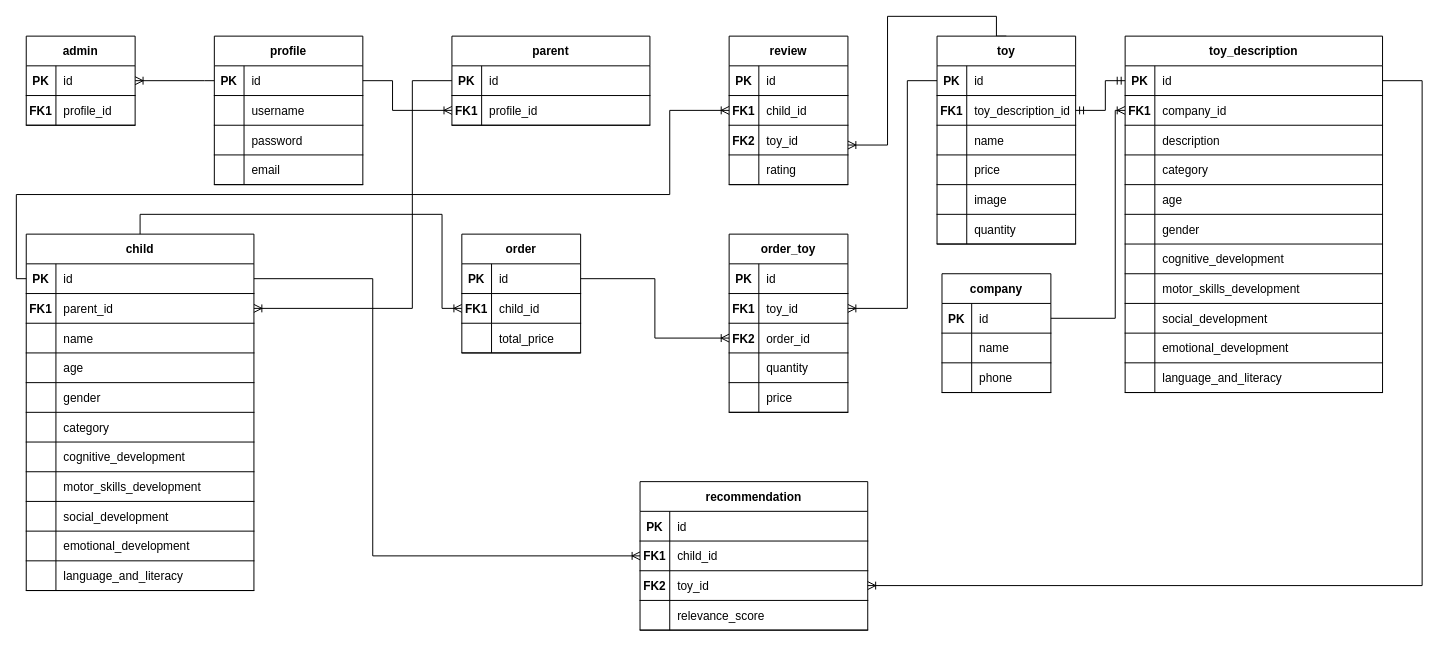
WalidBabi/LittleDreamers keeps this draw.io diagram as LDDiagrams/ERD(LD).drawio. Above is the earlier version. Source tidied: cells renumbered, new cells numbered last; positions are measured from the earlier drawing's top-left corner, leaving out a move shared by most shapes. Both pictures are drawn from the tidied source at 99%, with x=0, y=0 at pixel (16, 16).
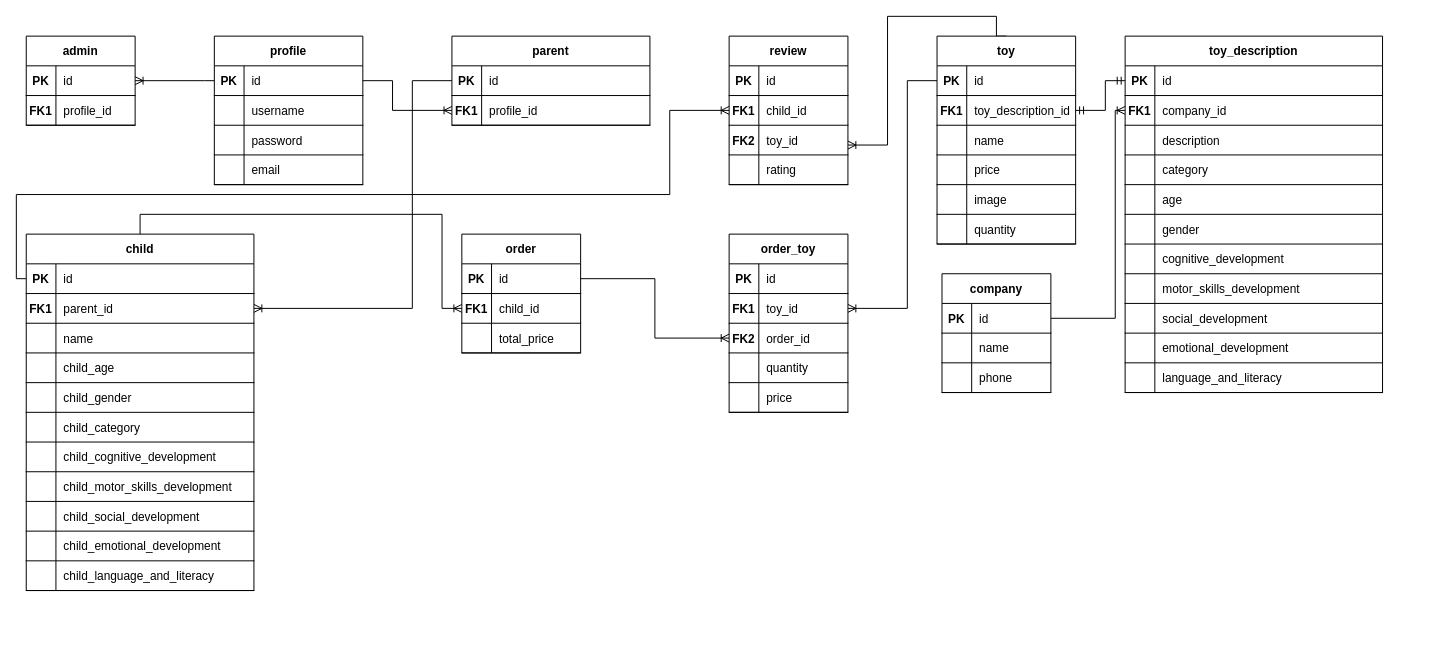
The same diagram, later.

Unchanged cells that the change refers to:
```xml
<mxCell id="3" style="shape=partialRectangle;fillColor=none;points=[[0,0.5],[1,0.5]];portConstraint=eastwest;top=0;left=0;right=0;bottom=1;" parent="2" vertex="1">
  <mxGeometry y="30" width="230" height="30" as="geometry" />
</mxCell>
<mxCell id="12" style="shape=partialRectangle;fillColor=none;top=0;left=0;right=0;bottom=1;" parent="2" vertex="1">
  <mxGeometry y="120" width="230" height="30" as="geometry" />
</mxCell>
<mxCell id="15" style="shape=partialRectangle;fillColor=none;top=0;left=0;right=0;bottom=1;" parent="2" vertex="1">
  <mxGeometry y="150" width="230" height="30" as="geometry" />
</mxCell>
<mxCell id="18" style="shape=partialRectangle;fillColor=none;top=0;left=0;right=0;bottom=1;" parent="2" vertex="1">
  <mxGeometry y="180" width="230" height="30" as="geometry" />
</mxCell>
<mxCell id="21" style="shape=partialRectangle;fillColor=none;top=0;left=0;right=0;bottom=1;" parent="2" vertex="1">
  <mxGeometry y="210" width="230" height="30" as="geometry" />
</mxCell>
<mxCell id="24" style="shape=partialRectangle;fillColor=none;top=0;left=0;right=0;bottom=1;" parent="2" vertex="1">
  <mxGeometry y="240" width="230" height="30" as="geometry" />
</mxCell>
<mxCell id="27" style="shape=partialRectangle;fillColor=none;top=0;left=0;right=0;bottom=1;" parent="2" vertex="1">
  <mxGeometry y="270" width="230" height="30" as="geometry" />
</mxCell>
<mxCell id="30" style="shape=partialRectangle;fillColor=none;top=0;left=0;right=0;bottom=1;" parent="2" vertex="1">
  <mxGeometry y="300" width="230" height="30" as="geometry" />
</mxCell>
<mxCell id="33" style="shape=partialRectangle;fillColor=none;top=0;left=0;right=0;bottom=1;" parent="2" vertex="1">
  <mxGeometry y="330" width="230" height="30" as="geometry" />
</mxCell>
<mxCell id="73" style="shape=partialRectangle;fillColor=none;points=[[0,0.5],[1,0.5]];portConstraint=eastwest;top=0;left=0;right=0;bottom=1;" parent="72" vertex="1">
  <mxGeometry y="30" width="260" height="30" as="geometry" />
</mxCell>
```

Change to the diagram source:
```diff
@@
-    <mxCell id="14" value="age" style="shape=partialRectangle;overflow=hidden;fillColor=none;top=0;left=0;bottom=0;right=0;align=left;spacingLeft=6;fontStyle=0;" parent="12" vertex="1">
+    <mxCell id="14" value="child_age" style="shape=partialRectangle;overflow=hidden;fillColor=none;top=0;left=0;bottom=0;right=0;align=left;spacingLeft=6;fontStyle=0;" parent="12" vertex="1">
       <mxGeometry x="30" width="200" height="30" as="geometry" />
     </mxCell>
@@
-    <mxCell id="17" value="gender" style="shape=partialRectangle;overflow=hidden;fillColor=none;top=0;left=0;bottom=0;right=0;align=left;spacingLeft=6;fontStyle=0;" parent="15" vertex="1">
+    <mxCell id="17" value="child_gender" style="shape=partialRectangle;overflow=hidden;fillColor=none;top=0;left=0;bottom=0;right=0;align=left;spacingLeft=6;fontStyle=0;" parent="15" vertex="1">
       <mxGeometry x="30" width="200" height="30" as="geometry" />
     </mxCell>
@@
-    <mxCell id="20" value="category" style="shape=partialRectangle;overflow=hidden;fillColor=none;top=0;left=0;bottom=0;right=0;align=left;spacingLeft=6;fontStyle=0;" parent="18" vertex="1">
+    <mxCell id="20" value="child_category" style="shape=partialRectangle;overflow=hidden;fillColor=none;top=0;left=0;bottom=0;right=0;align=left;spacingLeft=6;fontStyle=0;" parent="18" vertex="1">
       <mxGeometry x="30" width="200" height="30" as="geometry" />
     </mxCell>
@@
-    <mxCell id="23" value="cognitive_development" style="shape=partialRectangle;overflow=hidden;fillColor=none;top=0;left=0;bottom=0;right=0;align=left;spacingLeft=6;fontStyle=0;" parent="21" vertex="1">
+    <mxCell id="23" value="child_cognitive_development" style="shape=partialRectangle;overflow=hidden;fillColor=none;top=0;left=0;bottom=0;right=0;align=left;spacingLeft=6;fontStyle=0;" parent="21" vertex="1">
       <mxGeometry x="30" width="200" height="30" as="geometry" />
     </mxCell>
@@
-    <mxCell id="26" value="motor_skills_development" style="shape=partialRectangle;overflow=hidden;fillColor=none;top=0;left=0;bottom=0;right=0;align=left;spacingLeft=6;fontStyle=0;" parent="24" vertex="1">
+    <mxCell id="26" value="child_motor_skills_development" style="shape=partialRectangle;overflow=hidden;fillColor=none;top=0;left=0;bottom=0;right=0;align=left;spacingLeft=6;fontStyle=0;" parent="24" vertex="1">
       <mxGeometry x="30" width="200" height="30" as="geometry" />
     </mxCell>
@@
-    <mxCell id="29" value="social_development" style="shape=partialRectangle;overflow=hidden;fillColor=none;top=0;left=0;bottom=0;right=0;align=left;spacingLeft=6;fontStyle=0;" parent="27" vertex="1">
+    <mxCell id="29" value="child_social_development" style="shape=partialRectangle;overflow=hidden;fillColor=none;top=0;left=0;bottom=0;right=0;align=left;spacingLeft=6;fontStyle=0;" parent="27" vertex="1">
       <mxGeometry x="30" width="200" height="30" as="geometry" />
     </mxCell>
@@
-    <mxCell id="32" value="emotional_development" style="shape=partialRectangle;overflow=hidden;fillColor=none;top=0;left=0;bottom=0;right=0;align=left;spacingLeft=6;fontStyle=0;" parent="30" vertex="1">
+    <mxCell id="32" value="child_emotional_development" style="shape=partialRectangle;overflow=hidden;fillColor=none;top=0;left=0;bottom=0;right=0;align=left;spacingLeft=6;fontStyle=0;" parent="30" vertex="1">
       <mxGeometry x="30" width="200" height="30" as="geometry" />
     </mxCell>
@@
-    <mxCell id="35" value="language_and_literacy" style="shape=partialRectangle;overflow=hidden;fillColor=none;top=0;left=0;bottom=0;right=0;align=left;spacingLeft=6;fontStyle=0;" parent="33" vertex="1">
+    <mxCell id="35" value="child_language_and_literacy" style="shape=partialRectangle;overflow=hidden;fillColor=none;top=0;left=0;bottom=0;right=0;align=left;spacingLeft=6;fontStyle=0;" parent="33" vertex="1">
       <mxGeometry x="30" width="200" height="30" as="geometry" />
     </mxCell>
@@
-    <mxCell id="175" value="recommendation" style="shape=table;startSize=30;childLayout=tableLayout;rowLines=0;fontStyle=1;align=center;" parent="1" vertex="1">
-      <mxGeometry x="630" y="470" width="230" height="150" as="geometry" />
-    </mxCell>
-    <mxCell id="176" style="shape=partialRectangle;fillColor=none;top=0;left=0;right=0;bottom=1;" parent="175" vertex="1">
-      <mxGeometry y="30" width="230" height="30" as="geometry" />
-    </mxCell>
-    <mxCell id="177" value="PK" style="shape=partialRectangle;overflow=hidden;fillColor=none;top=0;left=0;bottom=0;right=0;fontStyle=1;" parent="176" vertex="1">
-      <mxGeometry width="30" height="30" as="geometry" />
-    </mxCell>
-    <mxCell id="178" value="id" style="shape=partialRectangle;overflow=hidden;fillColor=none;top=0;left=0;bottom=0;right=0;align=left;spacingLeft=6;fontStyle=0;" parent="176" vertex="1">
-      <mxGeometry x="30" width="200" height="30" as="geometry" />
-    </mxCell>
-    <mxCell id="179" style="shape=partialRectangle;fillColor=none;points=[[0,0.5],[1,0.5]];portConstraint=eastwest;top=0;left=0;right=0;bottom=1;" parent="175" vertex="1">
-      <mxGeometry y="60" width="230" height="30" as="geometry" />
-    </mxCell>
-    <mxCell id="180" value="FK1" style="shape=partialRectangle;overflow=hidden;fillColor=none;top=0;left=0;bottom=0;right=0;fontStyle=1;" parent="179" vertex="1">
-      <mxGeometry width="30" height="30" as="geometry" />
-    </mxCell>
-    <mxCell id="181" value="child_id" style="shape=partialRectangle;overflow=hidden;fillColor=none;top=0;left=0;bottom=0;right=0;align=left;spacingLeft=6;fontStyle=0;" parent="179" vertex="1">
-      <mxGeometry x="30" width="200" height="30" as="geometry" />
-    </mxCell>
-    <mxCell id="182" style="shape=partialRectangle;fillColor=none;points=[[0,0.5],[1,0.5]];portConstraint=eastwest;top=0;left=0;right=0;bottom=1;" parent="175" vertex="1">
-      <mxGeometry y="90" width="230" height="30" as="geometry" />
-    </mxCell>
-    <mxCell id="183" value="FK2" style="shape=partialRectangle;overflow=hidden;fillColor=none;top=0;left=0;bottom=0;right=0;fontStyle=1;" parent="182" vertex="1">
-      <mxGeometry width="30" height="30" as="geometry" />
-    </mxCell>
-    <mxCell id="184" value="toy_id" style="shape=partialRectangle;overflow=hidden;fillColor=none;top=0;left=0;bottom=0;right=0;align=left;spacingLeft=6;fontStyle=0;" parent="182" vertex="1">
-      <mxGeometry x="30" width="200" height="30" as="geometry" />
-    </mxCell>
-    <mxCell id="185" style="shape=partialRectangle;fillColor=none;top=0;left=0;right=0;bottom=1;" parent="175" vertex="1">
-      <mxGeometry y="120" width="230" height="30" as="geometry" />
-    </mxCell>
-    <mxCell id="186" style="shape=partialRectangle;overflow=hidden;fillColor=none;top=0;left=0;bottom=0;right=0;fontStyle=1;" parent="185" vertex="1">
-      <mxGeometry width="30" height="30" as="geometry" />
-    </mxCell>
-    <mxCell id="187" value="relevance_score" style="shape=partialRectangle;overflow=hidden;fillColor=none;top=0;left=0;bottom=0;right=0;align=left;spacingLeft=6;fontStyle=0;" parent="185" vertex="1">
-      <mxGeometry x="30" width="200" height="30" as="geometry" />
-    </mxCell>
-    <mxCell id="188" style="edgeStyle=orthogonalEdgeStyle;fontSize=12;html=1;endArrow=ERoneToMany;rounded=0;exitX=1;exitY=0.5;exitDx=0;exitDy=0;entryX=0;entryY=0.5;entryDx=0;entryDy=0;" parent="1" edge="1" source="3" target="179">
-      <mxGeometry relative="1" as="geometry">
-        <Array as="points">
-          <mxPoint x="360" y="265" />
-          <mxPoint x="360" y="545" />
-        </Array>
-      </mxGeometry>
-    </mxCell>
-    <mxCell id="189" style="edgeStyle=orthogonalEdgeStyle;fontSize=12;html=1;endArrow=ERoneToMany;rounded=0;entryX=1;entryY=0.5;entryDx=0;entryDy=0;exitX=1;exitY=0.5;exitDx=0;exitDy=0;" parent="1" edge="1" source="73" target="182">
-      <mxGeometry relative="1" as="geometry">
-        <Array as="points">
-          <mxPoint x="1420" y="65" />
-          <mxPoint x="1420" y="575" />
-        </Array>
-      </mxGeometry>
-    </mxCell>
```
